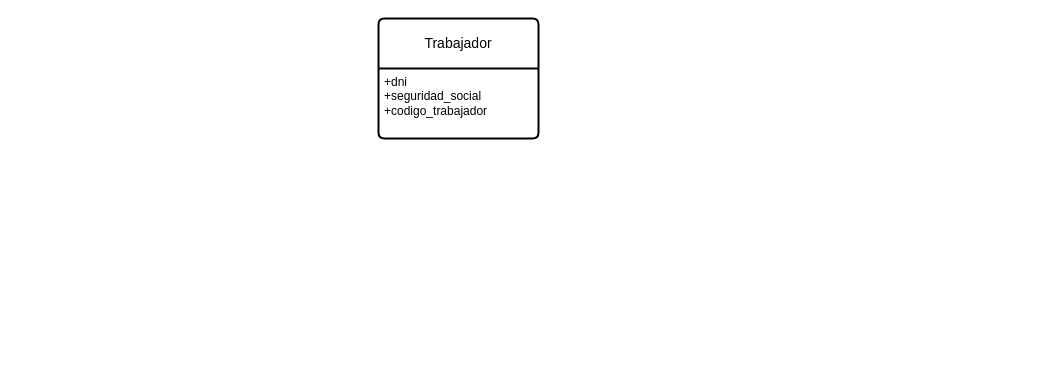
Before: ejercicio7.drawio in AsierGArranz/aga-sru-sa-t-UD12DiagramaER-11102023, a draw.io diagram. Source tidied: cells renumbered, new cells numbered last; positions are measured from the earlier drawing's top-left corner, leaving out a move shared by most shapes. Both pictures are drawn from the tidied source at 100%, with x=0, y=0 at pixel (378, 18).
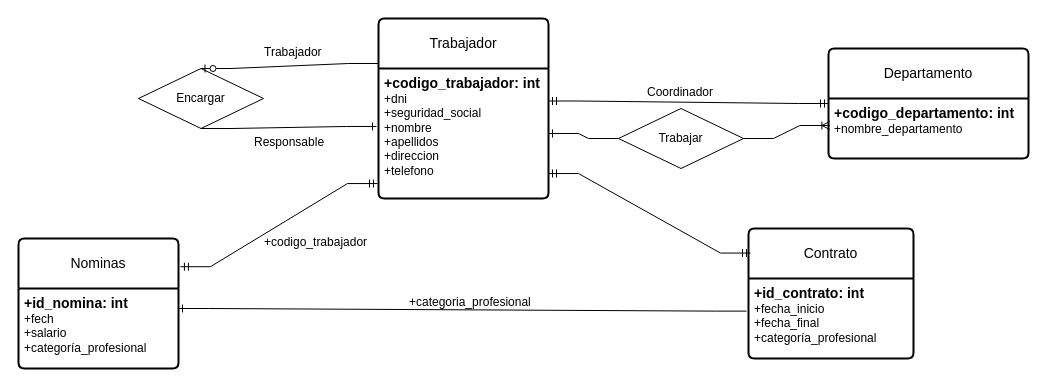
The same page after the edit.

The edit, as a diff of the source:
```diff
@@
     <mxCell id="2" value="Trabajador" style="swimlane;horizontal=1;startSize=50;rounded=1;fontSize=14;fontStyle=0;strokeWidth=2;shadow=0;dashed=0;align=center;arcSize=4;whiteSpace=wrap;html=1;" parent="1" vertex="1">
-      <mxGeometry width="160" height="120" as="geometry" />
+      <mxGeometry width="170" height="180" as="geometry" />
     </mxCell>
-    <mxCell id="3" value="+dni&lt;br&gt;+seguridad_social&lt;br&gt;+codigo_trabajador" style="align=left;strokeColor=none;fillColor=none;spacingLeft=4;fontSize=12;verticalAlign=top;html=1;" parent="2" vertex="1">
-      <mxGeometry y="50" width="160" height="70" as="geometry" />
+    <mxCell id="3" value="&lt;b&gt;&lt;font style=&quot;font-size: 14px;&quot;&gt;+codigo_trabajador: int&lt;/font&gt;&lt;/b&gt;&lt;br&gt;+dni&lt;br&gt;+seguridad_social&lt;br&gt;+nombre&lt;br&gt;+apellidos&lt;br&gt;+direccion&lt;br&gt;+telefono" style="align=left;strokeColor=none;fillColor=none;spacingLeft=4;fontSize=12;verticalAlign=top;html=1;" parent="2" vertex="1">
+      <mxGeometry y="50" width="170" height="130" as="geometry" />
     </mxCell>
+    <mxCell id="4" value="Departamento" style="swimlane;horizontal=1;startSize=50;rounded=1;fontSize=14;fontStyle=0;strokeWidth=2;shadow=0;dashed=0;align=center;arcSize=4;whiteSpace=wrap;html=1;" parent="1" vertex="1">
+      <mxGeometry x="450" y="30" width="200" height="110" as="geometry" />
+    </mxCell>
+    <mxCell id="5" value="&lt;b&gt;&lt;font style=&quot;font-size: 14px;&quot;&gt;+codigo_departamento: int&lt;/font&gt;&lt;/b&gt;&lt;br&gt;+nombre_departamento" style="align=left;strokeColor=none;fillColor=none;spacingLeft=4;fontSize=12;verticalAlign=top;html=1;" parent="4" vertex="1">
+      <mxGeometry y="50" width="200" height="60" as="geometry" />
+    </mxCell>
+    <mxCell id="6" value="Trabajar" style="shape=rhombus;perimeter=rhombusPerimeter;whiteSpace=wrap;html=1;align=center;" parent="1" vertex="1">
+      <mxGeometry x="240" y="90" width="125" height="60" as="geometry" />
+    </mxCell>
+    <mxCell id="7" style="edgeStyle=entityRelationEdgeStyle;fontSize=12;html=1;endArrow=ERoneToMany;rounded=0;exitX=1;exitY=0.5;exitDx=0;exitDy=0;entryX=0.007;entryY=0.45;entryDx=0;entryDy=0;entryPerimeter=0;" parent="1" edge="1" source="6" target="5">
+      <mxGeometry relative="1" as="geometry" />
+    </mxCell>
+    <mxCell id="8" style="edgeStyle=entityRelationEdgeStyle;fontSize=12;html=1;endArrow=ERone;endFill=1;rounded=0;" parent="1" edge="1" source="6" target="3">
+      <mxGeometry relative="1" as="geometry" />
+    </mxCell>
+    <mxCell id="9" value="Encargar" style="shape=rhombus;perimeter=rhombusPerimeter;whiteSpace=wrap;html=1;align=center;" parent="1" vertex="1">
+      <mxGeometry x="-240" y="50" width="125" height="60" as="geometry" />
+    </mxCell>
+    <mxCell id="10" style="edgeStyle=entityRelationEdgeStyle;fontSize=12;html=1;endArrow=ERzeroToOne;endFill=1;rounded=0;entryX=0.5;entryY=0;entryDx=0;entryDy=0;exitX=0;exitY=0.25;exitDx=0;exitDy=0;" parent="1" edge="1" source="2" target="9">
+      <mxGeometry relative="1" as="geometry">
+        <Array as="points">
+          <mxPoint x="-330" y="100" />
+          <mxPoint x="-90" y="10" />
+          <mxPoint x="-90" y="10" />
+          <mxPoint x="-60" y="60" />
+        </Array>
+      </mxGeometry>
+    </mxCell>
+    <mxCell id="11" value="Trabajador&lt;br&gt;" style="text;strokeColor=none;fillColor=none;spacingLeft=4;spacingRight=4;overflow=hidden;fontSize=12;whiteSpace=wrap;html=1;" parent="1" vertex="1">
+      <mxGeometry x="-120" y="20" width="70" height="30" as="geometry" />
+    </mxCell>
+    <mxCell id="12" style="edgeStyle=entityRelationEdgeStyle;fontSize=12;html=1;endArrow=ERone;endFill=1;rounded=0;entryX=-0.012;entryY=0.446;entryDx=0;entryDy=0;entryPerimeter=0;exitX=0.5;exitY=1;exitDx=0;exitDy=0;" parent="1" edge="1" source="9" target="3">
+      <mxGeometry relative="1" as="geometry" />
+    </mxCell>
+    <mxCell id="13" value="Responsable" style="text;strokeColor=none;fillColor=none;spacingLeft=4;spacingRight=4;overflow=hidden;fontSize=12;whiteSpace=wrap;html=1;" parent="1" vertex="1">
+      <mxGeometry x="-130" y="110" width="80" height="30" as="geometry" />
+    </mxCell>
+    <mxCell id="14" style="edgeStyle=entityRelationEdgeStyle;fontSize=12;html=1;endArrow=ERmandOne;startArrow=ERmandOne;rounded=0;exitX=1;exitY=0.25;exitDx=0;exitDy=0;entryX=0;entryY=0.5;entryDx=0;entryDy=0;" parent="1" edge="1" source="3" target="4">
+      <mxGeometry relative="1" as="geometry" />
+    </mxCell>
+    <mxCell id="15" value="Coordinador" style="text;strokeColor=none;fillColor=none;spacingLeft=4;spacingRight=4;overflow=hidden;fontSize=12;whiteSpace=wrap;html=1;" parent="1" vertex="1">
+      <mxGeometry x="262.5" y="60" width="80" height="30" as="geometry" />
+    </mxCell>
+    <mxCell id="16" value="Contrato" style="swimlane;horizontal=1;startSize=50;rounded=1;fontSize=14;fontStyle=0;strokeWidth=2;shadow=0;dashed=0;align=center;arcSize=4;whiteSpace=wrap;html=1;" parent="1" vertex="1">
+      <mxGeometry x="370" y="210" width="165" height="130" as="geometry" />
+    </mxCell>
+    <mxCell id="17" value="&lt;b&gt;&lt;font style=&quot;font-size: 14px;&quot;&gt;+id_contrato: int&lt;/font&gt;&lt;/b&gt;&lt;br&gt;+fecha_inicio&lt;br&gt;+fecha_final&lt;br&gt;+categoría_profesional" style="align=left;strokeColor=none;fillColor=none;spacingLeft=4;fontSize=12;verticalAlign=top;html=1;" parent="16" vertex="1">
+      <mxGeometry y="50" width="165" height="80" as="geometry" />
+    </mxCell>
+    <mxCell id="18" style="edgeStyle=entityRelationEdgeStyle;fontSize=12;html=1;endArrow=ERmandOne;startArrow=ERmandOne;rounded=0;entryX=0.012;entryY=0.189;entryDx=0;entryDy=0;exitX=1;exitY=0.808;exitDx=0;exitDy=0;exitPerimeter=0;entryPerimeter=0;" parent="1" edge="1" source="3" target="16">
+      <mxGeometry relative="1" as="geometry">
+        <Array as="points">
+          <mxPoint x="75" y="230" />
+          <mxPoint x="15" y="260" />
+          <mxPoint x="80" y="180" />
+          <mxPoint x="55" y="260" />
+          <mxPoint x="100" y="290" />
+          <mxPoint x="-5" y="260" />
+          <mxPoint x="65" y="230" />
+        </Array>
+      </mxGeometry>
+    </mxCell>
+    <mxCell id="19" value="Nominas" style="swimlane;horizontal=1;startSize=50;rounded=1;fontSize=14;fontStyle=0;strokeWidth=2;shadow=0;dashed=0;align=center;arcSize=4;whiteSpace=wrap;html=1;" parent="1" vertex="1">
+      <mxGeometry x="-360" y="220" width="160" height="130" as="geometry" />
+    </mxCell>
+    <mxCell id="20" value="&lt;b&gt;&lt;font style=&quot;font-size: 14px;&quot;&gt;+id_nomina: int&lt;/font&gt;&lt;/b&gt;&lt;br&gt;+fech&lt;br&gt;+salario&lt;br&gt;+categoría_profesional" style="align=left;strokeColor=none;fillColor=none;spacingLeft=4;fontSize=12;verticalAlign=top;html=1;" parent="19" vertex="1">
+      <mxGeometry y="50" width="160" height="80" as="geometry" />
+    </mxCell>
+    <mxCell id="21" style="edgeStyle=entityRelationEdgeStyle;fontSize=12;html=1;endArrow=ERmandOne;startArrow=ERmandOne;rounded=0;exitX=1.012;exitY=0.217;exitDx=0;exitDy=0;entryX=-0.006;entryY=0.885;entryDx=0;entryDy=0;exitPerimeter=0;entryPerimeter=0;" parent="1" edge="1" source="19" target="3">
+      <mxGeometry relative="1" as="geometry">
+        <Array as="points">
+          <mxPoint x="510" y="350" />
+        </Array>
+      </mxGeometry>
+    </mxCell>
+    <mxCell id="22" style="edgeStyle=entityRelationEdgeStyle;fontSize=12;html=1;endArrow=ERone;endFill=1;rounded=0;entryX=1;entryY=0.25;entryDx=0;entryDy=0;exitX=-0.012;exitY=0.408;exitDx=0;exitDy=0;exitPerimeter=0;" parent="1" edge="1" source="17" target="20">
+      <mxGeometry relative="1" as="geometry" />
+    </mxCell>
+    <mxCell id="23" value="+categoria_profesional" style="text;strokeColor=none;fillColor=none;spacingLeft=4;spacingRight=4;overflow=hidden;fontSize=12;whiteSpace=wrap;html=1;" parent="1" vertex="1">
+      <mxGeometry x="25" y="270" width="145" height="30" as="geometry" />
+    </mxCell>
+    <mxCell id="24" value="+codigo_trabajador" style="text;strokeColor=none;fillColor=none;spacingLeft=4;spacingRight=4;overflow=hidden;fontSize=12;whiteSpace=wrap;html=1;" parent="1" vertex="1">
+      <mxGeometry x="-120" y="210" width="145" height="30" as="geometry" />
+    </mxCell>
```
